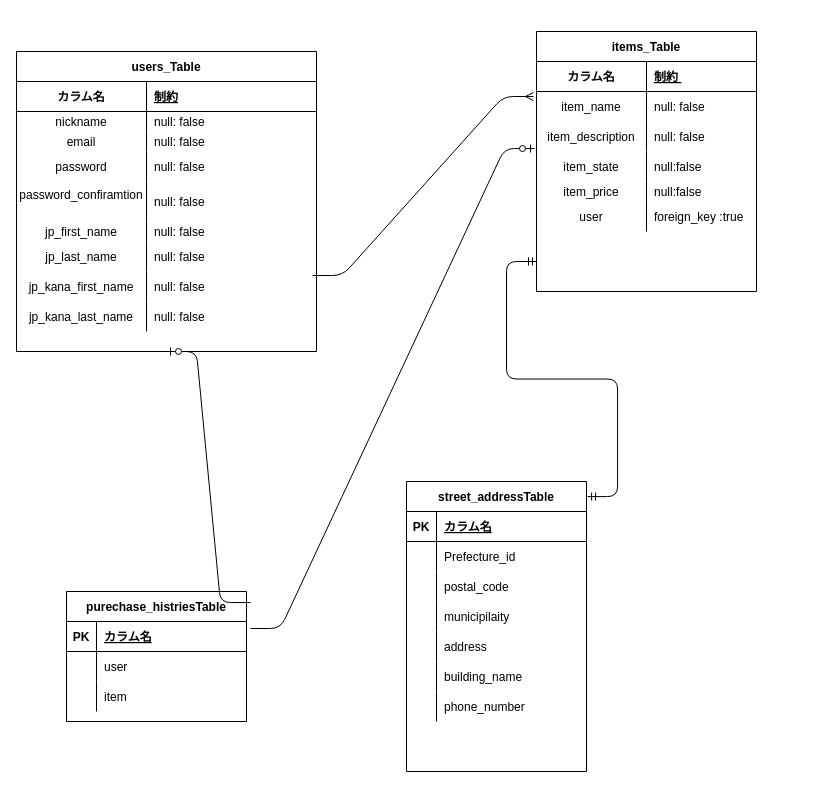
Before: furimaDB.dio in mizukiokumura/furima-33989, a draw.io diagram. Source tidied: cells renumbered, new cells numbered last; positions are measured from the earlier drawing's top-left corner, leaving out a move shared by most shapes. Both pictures are drawn from the tidied source at 100%, with x=0, y=0 at pixel (16, 31).
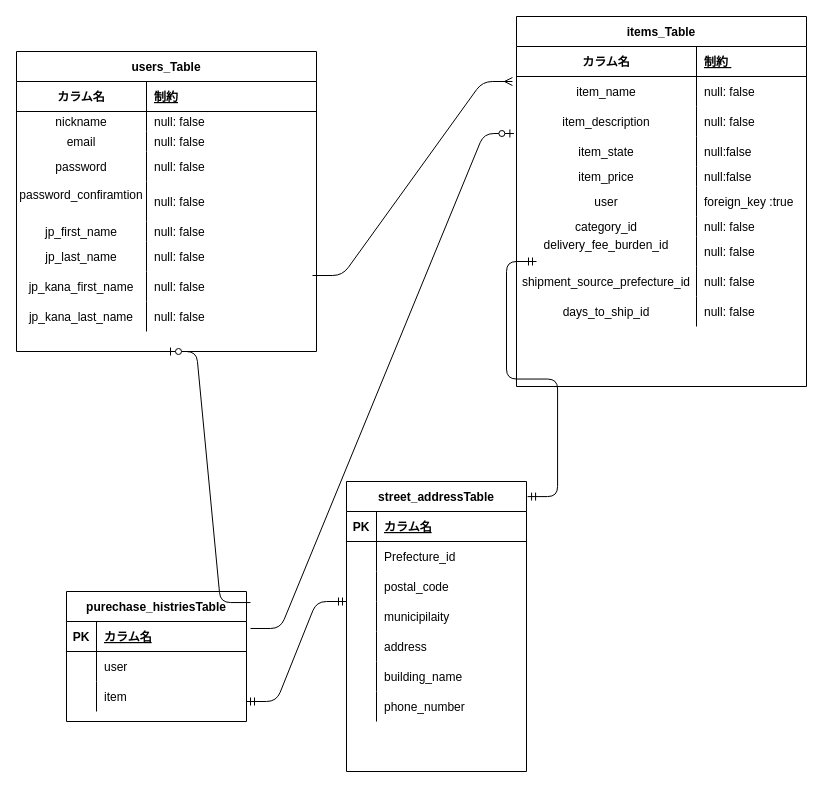
After the change.

Commit message (it also covers changes not shown here):
REDEMEの修正２回目

The edit, as a diff of the source:
```diff
@@
     <mxCell id="30" value="items_Table" style="shape=table;startSize=30;childLayout=tableLayout;rowLines=0;fontStyle=1;align=center;" parent="1" vertex="1">
-      <mxGeometry x="520" width="220" height="260" as="geometry" />
+      <mxGeometry x="500" y="-15" width="290" height="370" as="geometry" />
     </mxCell>
     <mxCell id="31" style="shape=partialRectangle;fillColor=none;top=0;left=0;bottom=1;right=0;" parent="30" vertex="1">
-      <mxGeometry y="30" width="220" height="30" as="geometry" />
+      <mxGeometry y="30" width="290" height="30" as="geometry" />
     </mxCell>
     <mxCell id="32" value="カラム名" style="shape=partialRectangle;fillColor=none;top=0;left=0;bottom=0;right=0;fontStyle=1;overflow=hidden;" parent="31" vertex="1">
-      <mxGeometry width="110" height="30" as="geometry" />
+      <mxGeometry width="180" height="30" as="geometry" />
     </mxCell>
     <mxCell id="33" value="制約 " style="shape=partialRectangle;fillColor=none;top=0;left=0;bottom=0;right=0;align=left;spacingLeft=6;fontStyle=5;overflow=hidden;horizontal=1;" parent="31" vertex="1">
-      <mxGeometry x="110" width="110" height="30" as="geometry" />
+      <mxGeometry x="180" width="110" height="30" as="geometry" />
     </mxCell>
     <mxCell id="34" style="shape=partialRectangle;fillColor=none;top=0;left=0;bottom=0;right=0;points=[[0,0.5],[1,0.5]];portConstraint=eastwest;" parent="30" vertex="1">
-      <mxGeometry y="60" width="220" height="30" as="geometry" />
+      <mxGeometry y="60" width="290" height="30" as="geometry" />
     </mxCell>
     <mxCell id="35" value="item_name" style="shape=partialRectangle;fillColor=none;top=0;left=0;bottom=0;right=0;overflow=hidden;" parent="34" vertex="1">
-      <mxGeometry width="110" height="30" as="geometry" />
+      <mxGeometry width="180" height="30" as="geometry" />
     </mxCell>
     <mxCell id="36" value="null: false" style="shape=partialRectangle;fillColor=none;top=0;left=0;bottom=0;right=0;align=left;spacingLeft=6;overflow=hidden;" parent="34" vertex="1">
-      <mxGeometry x="110" width="110" height="30" as="geometry" />
+      <mxGeometry x="180" width="110" height="30" as="geometry" />
     </mxCell>
     <mxCell id="37" style="shape=partialRectangle;fillColor=none;top=0;left=0;bottom=0;right=0;points=[[0,0.5],[1,0.5]];portConstraint=eastwest;" parent="30" vertex="1">
-      <mxGeometry y="90" width="220" height="30" as="geometry" />
+      <mxGeometry y="90" width="290" height="30" as="geometry" />
     </mxCell>
     <mxCell id="38" value="item_description" style="shape=partialRectangle;fillColor=none;top=0;left=0;bottom=0;right=0;overflow=hidden;" parent="37" vertex="1">
-      <mxGeometry width="110" height="30" as="geometry" />
+      <mxGeometry width="180" height="30" as="geometry" />
     </mxCell>
     <mxCell id="39" value="null: false" style="shape=partialRectangle;fillColor=none;top=0;left=0;bottom=0;right=0;align=left;spacingLeft=6;overflow=hidden;" parent="37" vertex="1">
-      <mxGeometry x="110" width="110" height="30" as="geometry" />
+      <mxGeometry x="180" width="110" height="30" as="geometry" />
     </mxCell>
     <mxCell id="40" style="shape=partialRectangle;fillColor=none;top=0;left=0;bottom=0;right=0;" parent="30" vertex="1">
-      <mxGeometry y="120" width="220" height="30" as="geometry" />
+      <mxGeometry y="120" width="290" height="30" as="geometry" />
     </mxCell>
     <mxCell id="41" value="item_state" style="shape=partialRectangle;fillColor=none;top=0;left=0;bottom=0;right=0;overflow=hidden;" parent="40" vertex="1">
-      <mxGeometry width="110" height="30" as="geometry" />
+      <mxGeometry width="180" height="30" as="geometry" />
     </mxCell>
     <mxCell id="42" value="null:false" style="shape=partialRectangle;fillColor=none;top=0;left=0;bottom=0;right=0;align=left;spacingLeft=6;overflow=hidden;" parent="40" vertex="1">
-      <mxGeometry x="110" width="110" height="30" as="geometry" />
+      <mxGeometry x="180" width="110" height="30" as="geometry" />
     </mxCell>
     <mxCell id="43" style="shape=partialRectangle;fillColor=none;top=0;left=0;bottom=0;right=0;" parent="30" vertex="1">
-      <mxGeometry y="150" width="220" height="20" as="geometry" />
+      <mxGeometry y="150" width="290" height="20" as="geometry" />
     </mxCell>
     <mxCell id="44" value="item_price" style="shape=partialRectangle;fillColor=none;top=0;left=0;bottom=0;right=0;overflow=hidden;" parent="43" vertex="1">
-      <mxGeometry width="110" height="20" as="geometry" />
+      <mxGeometry width="180" height="20" as="geometry" />
     </mxCell>
     <mxCell id="45" value="null:false" style="shape=partialRectangle;fillColor=none;top=0;left=0;bottom=0;right=0;align=left;spacingLeft=6;overflow=hidden;" parent="43" vertex="1">
-      <mxGeometry x="110" width="110" height="20" as="geometry" />
+      <mxGeometry x="180" width="110" height="20" as="geometry" />
     </mxCell>
     <mxCell id="46" style="shape=partialRectangle;fillColor=none;top=0;left=0;bottom=0;right=0;" parent="30" vertex="1">
-      <mxGeometry y="170" width="220" height="30" as="geometry" />
+      <mxGeometry y="170" width="290" height="30" as="geometry" />
     </mxCell>
     <mxCell id="47" value="user" style="shape=partialRectangle;fillColor=none;top=0;left=0;bottom=0;right=0;overflow=hidden;" parent="46" vertex="1">
-      <mxGeometry width="110" height="30" as="geometry" />
+      <mxGeometry width="180" height="30" as="geometry" />
     </mxCell>
     <mxCell id="48" value="foreign_key :true" style="shape=partialRectangle;fillColor=none;top=0;left=0;bottom=0;right=0;align=left;spacingLeft=6;overflow=hidden;" parent="46" vertex="1">
-      <mxGeometry x="110" width="110" height="30" as="geometry" />
+      <mxGeometry x="180" width="110" height="30" as="geometry" />
     </mxCell>
+    <mxCell id="85" style="shape=partialRectangle;fillColor=none;top=0;left=0;bottom=0;right=0;" parent="30" vertex="1">
+      <mxGeometry y="200" width="290" height="20" as="geometry" />
+    </mxCell>
+    <mxCell id="86" value="category_id" style="shape=partialRectangle;fillColor=none;top=0;left=0;bottom=0;right=0;overflow=hidden;" parent="85" vertex="1">
+      <mxGeometry width="180" height="20" as="geometry" />
+    </mxCell>
+    <mxCell id="87" value="null: false" style="shape=partialRectangle;fillColor=none;top=0;left=0;bottom=0;right=0;align=left;spacingLeft=6;overflow=hidden;" parent="85" vertex="1">
+      <mxGeometry x="180" width="110" height="20" as="geometry" />
+    </mxCell>
+    <mxCell id="88" style="shape=partialRectangle;fillColor=none;top=0;left=0;bottom=0;right=0;" parent="30" vertex="1">
+      <mxGeometry y="220" width="290" height="30" as="geometry" />
+    </mxCell>
+    <mxCell id="89" value="delivery_fee_burden_id&#10;" style="shape=partialRectangle;fillColor=none;top=0;left=0;bottom=0;right=0;overflow=hidden;" parent="88" vertex="1">
+      <mxGeometry width="180" height="30" as="geometry" />
+    </mxCell>
+    <mxCell id="90" value="null: false" style="shape=partialRectangle;fillColor=none;top=0;left=0;bottom=0;right=0;align=left;spacingLeft=6;overflow=hidden;" parent="88" vertex="1">
+      <mxGeometry x="180" width="110" height="30" as="geometry" />
+    </mxCell>
+    <mxCell id="91" style="shape=partialRectangle;fillColor=none;top=0;left=0;bottom=0;right=0;" parent="30" vertex="1">
+      <mxGeometry y="250" width="290" height="30" as="geometry" />
+    </mxCell>
+    <mxCell id="92" value="shipment_source_prefecture_id" style="shape=partialRectangle;fillColor=none;top=0;left=0;bottom=0;right=0;overflow=hidden;" parent="91" vertex="1">
+      <mxGeometry width="180" height="30" as="geometry" />
+    </mxCell>
+    <mxCell id="93" value="null: false" style="shape=partialRectangle;fillColor=none;top=0;left=0;bottom=0;right=0;align=left;spacingLeft=6;overflow=hidden;" parent="91" vertex="1">
+      <mxGeometry x="180" width="110" height="30" as="geometry" />
+    </mxCell>
+    <mxCell id="94" style="shape=partialRectangle;fillColor=none;top=0;left=0;bottom=0;right=0;" parent="30" vertex="1">
+      <mxGeometry y="280" width="290" height="30" as="geometry" />
+    </mxCell>
+    <mxCell id="95" value="days_to_ship_id" style="shape=partialRectangle;fillColor=none;top=0;left=0;bottom=0;right=0;overflow=hidden;" parent="94" vertex="1">
+      <mxGeometry width="180" height="30" as="geometry" />
+    </mxCell>
+    <mxCell id="96" value="null: false" style="shape=partialRectangle;fillColor=none;top=0;left=0;bottom=0;right=0;align=left;spacingLeft=6;overflow=hidden;" parent="94" vertex="1">
+      <mxGeometry x="180" width="110" height="30" as="geometry" />
+    </mxCell>
@@
     <mxCell id="50" value="street_addressTable" style="shape=table;startSize=30;childLayout=tableLayout;rowLines=0;fontStyle=1;align=center;" parent="1" vertex="1">
-      <mxGeometry x="390" y="450" width="180" height="290" as="geometry" />
+      <mxGeometry x="330" y="450" width="180" height="290" as="geometry" />
     </mxCell>
@@
+    <mxCell id="97" style="edgeStyle=entityRelationEdgeStyle;fontSize=12;html=1;endArrow=ERmandOne;startArrow=ERmandOne;" parent="1" edge="1">
+      <mxGeometry relative="1" as="geometry">
+        <mxPoint x="230" y="670" as="sourcePoint" />
+        <mxPoint x="330" y="570" as="targetPoint" />
+      </mxGeometry>
+    </mxCell>
```
